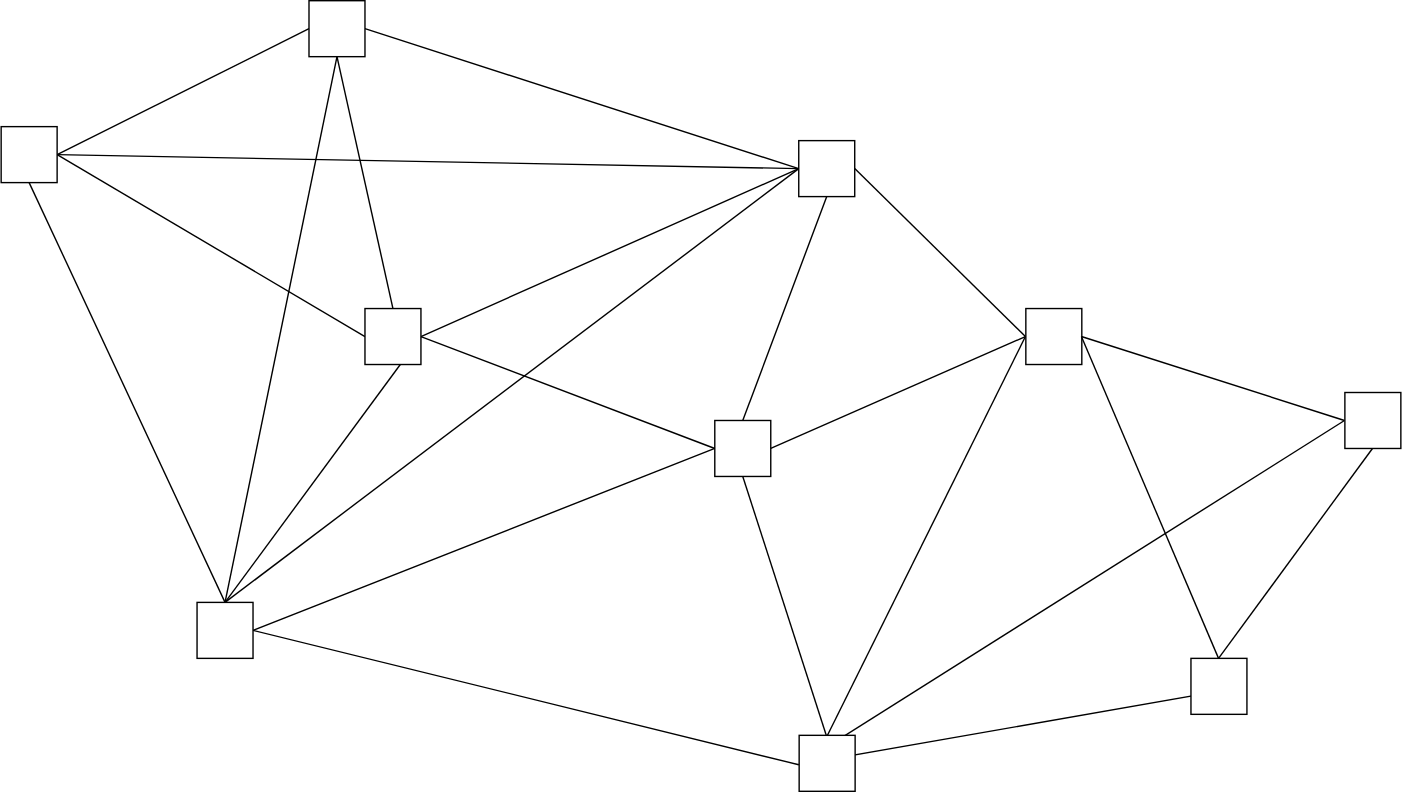
Before: IT/images/network_simpel_netvaerk.svg, a diagram exported from draw.io (thj01/thj01.github.io). Source tidied: cells renumbered, new cells last; positions are measured from the earlier drawing's top-left corner, leaving out a move shared by most shapes.
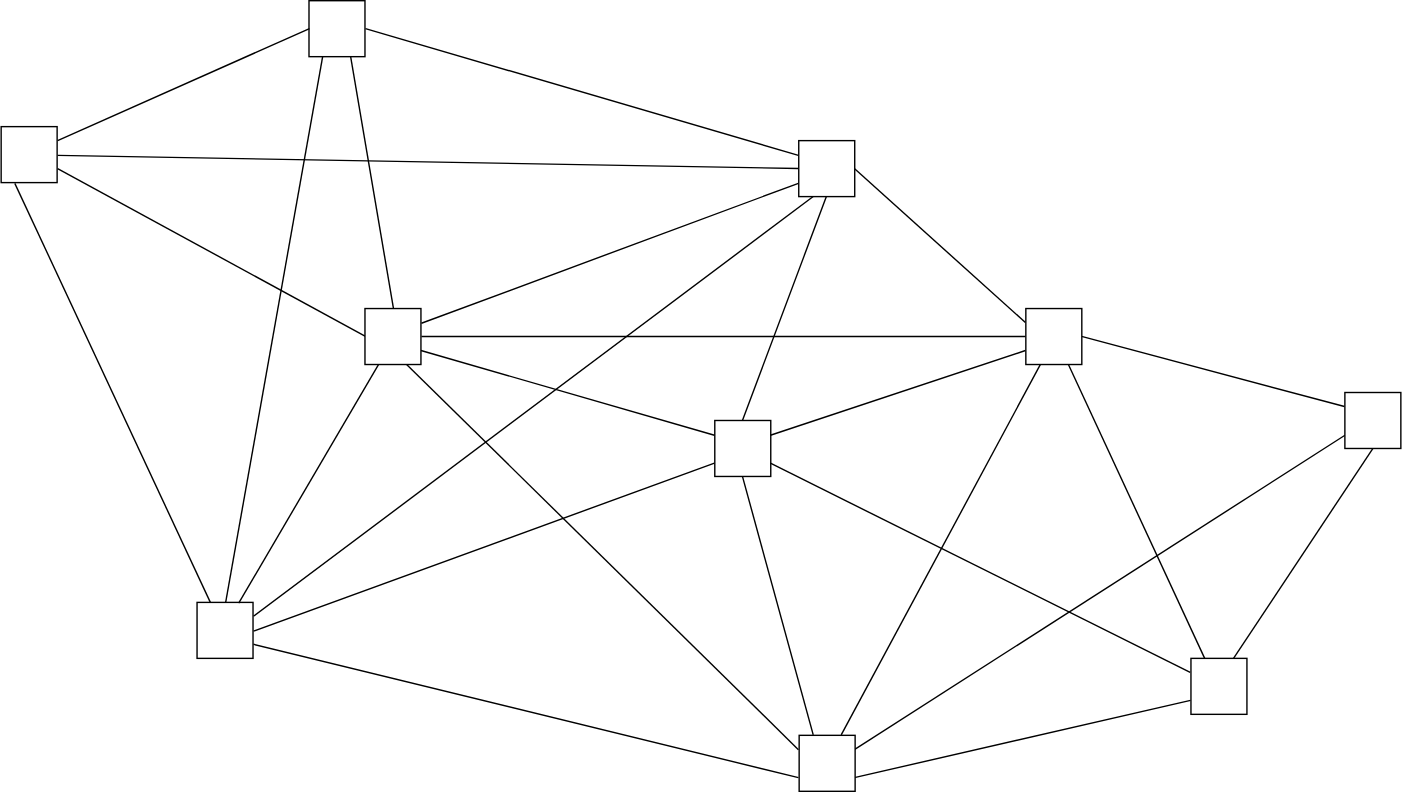
After the change.

What changed in the source:
```diff
@@ -2,63 +2,68 @@
   <root>
     <mxCell id="0" />
     <mxCell id="1" parent="0" />
-    <mxCell id="2" style="edgeStyle=none;rounded=0;html=1;exitX=0;exitY=0.5;entryX=1;entryY=0.5;endArrow=none;endFill=0;jettySize=auto;strokeColor=#000000;" parent="1" edge="1" source="4" target="15">
+    <mxCell id="2" style="edgeStyle=none;rounded=0;html=1;exitX=0;exitY=0.75;entryX=1;entryY=0.5;endArrow=none;endFill=0;jettySize=auto;strokeColor=#000000;" parent="1" edge="1" source="4" target="15">
       <mxGeometry relative="1" as="geometry" />
     </mxCell>
-    <mxCell id="3" style="edgeStyle=none;rounded=0;html=1;exitX=0.5;exitY=1;entryX=0.5;entryY=0;endArrow=none;endFill=0;jettySize=auto;strokeColor=#000000;" parent="1" edge="1" source="4" target="30">
+    <mxCell id="3" style="edgeStyle=none;rounded=0;html=1;exitX=0.5;exitY=1;entryX=0.25;entryY=0;endArrow=none;endFill=0;jettySize=auto;strokeColor=#000000;" parent="1" edge="1" source="4" target="30">
       <mxGeometry relative="1" as="geometry" />
     </mxCell>
     <mxCell id="4" style="whiteSpace=wrap;html=1;" parent="1" vertex="1">
       <mxGeometry x="510" y="300" width="40" height="40" as="geometry" />
     </mxCell>
-    <mxCell id="5" style="edgeStyle=none;rounded=0;html=1;exitX=0.5;exitY=1;endArrow=none;endFill=0;jettySize=auto;strokeColor=#000000;entryX=0.5;entryY=0;" parent="1" edge="1" source="8" target="19">
+    <mxCell id="5" style="edgeStyle=none;rounded=0;html=1;exitX=0.75;exitY=1;endArrow=none;endFill=0;jettySize=auto;strokeColor=#000000;entryX=0.5;entryY=0;" parent="1" edge="1" source="8" target="19">
       <mxGeometry relative="1" as="geometry" />
     </mxCell>
-    <mxCell id="6" style="edgeStyle=none;rounded=0;html=1;exitX=0.5;exitY=1;entryX=0.5;entryY=0;endArrow=none;endFill=0;jettySize=auto;strokeColor=#000000;" parent="1" edge="1" source="8" target="15">
+    <mxCell id="6" style="edgeStyle=none;rounded=0;html=1;exitX=0.25;exitY=1;entryX=0.5;entryY=0;endArrow=none;endFill=0;jettySize=auto;strokeColor=#000000;" parent="1" edge="1" source="8" target="15">
       <mxGeometry relative="1" as="geometry" />
     </mxCell>
-    <mxCell id="7" style="edgeStyle=none;rounded=0;html=1;exitX=1;exitY=0.5;entryX=0;entryY=0.5;endArrow=none;endFill=0;jettySize=auto;strokeColor=#000000;" parent="1" edge="1" source="8" target="13">
+    <mxCell id="7" style="edgeStyle=none;rounded=0;html=1;exitX=1;exitY=0.5;entryX=0;entryY=0.25;endArrow=none;endFill=0;jettySize=auto;strokeColor=#000000;" parent="1" edge="1" source="8" target="13">
       <mxGeometry relative="1" as="geometry" />
     </mxCell>
     <mxCell id="8" style="whiteSpace=wrap;html=1;" parent="1" vertex="1">
       <mxGeometry x="220" width="40" height="40" as="geometry" />
     </mxCell>
-    <mxCell id="9" style="edgeStyle=none;rounded=0;html=1;exitX=0;exitY=0.5;entryX=1;entryY=0.5;endArrow=none;endFill=0;jettySize=auto;strokeColor=#000000;" parent="1" edge="1" source="13" target="19">
+    <mxCell id="9" style="edgeStyle=none;rounded=0;html=1;exitX=0;exitY=0.75;entryX=1;entryY=0.25;endArrow=none;endFill=0;jettySize=auto;strokeColor=#000000;" parent="1" edge="1" source="13" target="19">
       <mxGeometry relative="1" as="geometry" />
     </mxCell>
-    <mxCell id="10" style="edgeStyle=none;rounded=0;html=1;exitX=0;exitY=0.5;entryX=0.5;entryY=0;endArrow=none;endFill=0;jettySize=auto;strokeColor=#000000;" parent="1" edge="1" source="13" target="15">
+    <mxCell id="10" style="edgeStyle=none;rounded=0;html=1;exitX=0.25;exitY=1;entryX=1;entryY=0.25;endArrow=none;endFill=0;jettySize=auto;strokeColor=#000000;" parent="1" edge="1" source="13" target="15">
       <mxGeometry relative="1" as="geometry" />
     </mxCell>
     <mxCell id="11" style="edgeStyle=none;rounded=0;html=1;exitX=0.5;exitY=1;entryX=0.5;entryY=0;endArrow=none;endFill=0;jettySize=auto;strokeColor=#000000;" parent="1" edge="1" source="13" target="4">
       <mxGeometry relative="1" as="geometry" />
     </mxCell>
-    <mxCell id="12" style="edgeStyle=none;rounded=0;html=1;exitX=1;exitY=0.5;endArrow=none;endFill=0;jettySize=auto;strokeColor=#000000;entryX=0;entryY=0.5;" parent="1" edge="1" source="13" target="32">
-      <mxGeometry relative="1" as="geometry" />
+    <mxCell id="12" style="edgeStyle=none;rounded=0;html=1;exitX=1;exitY=0.5;endArrow=none;endFill=0;jettySize=auto;strokeColor=#000000;" parent="1" edge="1" source="13">
+      <mxGeometry relative="1" as="geometry">
+        <mxPoint x="732" y="230" as="targetPoint" />
+      </mxGeometry>
     </mxCell>
     <mxCell id="13" style="whiteSpace=wrap;html=1;" parent="1" vertex="1">
       <mxGeometry x="570" y="100" width="40" height="40" as="geometry" />
     </mxCell>
-    <mxCell id="14" style="edgeStyle=none;rounded=0;html=1;exitX=0.5;exitY=0;entryX=0.5;entryY=1;endArrow=none;endFill=0;jettySize=auto;strokeColor=#000000;" parent="1" edge="1" source="15" target="22">
+    <mxCell id="14" style="edgeStyle=none;rounded=0;html=1;exitX=0.25;exitY=0;entryX=0.25;entryY=1;endArrow=none;endFill=0;jettySize=auto;strokeColor=#000000;" parent="1" edge="1" source="15" target="22">
       <mxGeometry relative="1" as="geometry" />
     </mxCell>
     <mxCell id="15" style="whiteSpace=wrap;html=1;" parent="1" vertex="1">
       <mxGeometry x="140" y="430" width="40" height="40" as="geometry" />
     </mxCell>
-    <mxCell id="16" style="edgeStyle=none;rounded=0;html=1;exitX=1;exitY=0.5;entryX=0.5;entryY=0;endArrow=none;endFill=0;jettySize=auto;strokeColor=#000000;" parent="1" edge="1" source="19" target="15">
+    <mxCell id="16" style="edgeStyle=none;rounded=0;html=1;exitX=0.25;exitY=1;entryX=0.75;entryY=0;endArrow=none;endFill=0;jettySize=auto;strokeColor=#000000;" parent="1" edge="1" source="19" target="15">
       <mxGeometry relative="1" as="geometry" />
     </mxCell>
-    <mxCell id="17" style="edgeStyle=none;rounded=0;html=1;exitX=0;exitY=0.5;endArrow=none;endFill=0;jettySize=auto;strokeColor=#000000;" parent="1" edge="1" source="19">
-      <mxGeometry relative="1" as="geometry">
-        <mxPoint x="40" y="110" as="targetPoint" />
-      </mxGeometry>
+    <mxCell id="17" style="edgeStyle=none;rounded=0;html=1;exitX=0;exitY=0.5;endArrow=none;endFill=0;jettySize=auto;strokeColor=#000000;entryX=1;entryY=0.75;" parent="1" edge="1" source="19" target="22">
+      <mxGeometry relative="1" as="geometry" />
     </mxCell>
-    <mxCell id="18" style="edgeStyle=none;rounded=0;html=1;exitX=1;exitY=0.5;entryX=0;entryY=0.5;endArrow=none;endFill=0;jettySize=auto;strokeColor=#000000;" parent="1" edge="1" source="19" target="4">
-      <mxGeometry relative="1" as="geometry" />
+    <mxCell id="18" style="edgeStyle=none;rounded=0;html=1;entryX=0;entryY=0.25;endArrow=none;endFill=0;jettySize=auto;strokeColor=#000000;" parent="1" edge="1" target="4">
+      <mxGeometry relative="1" as="geometry">
+        <mxPoint x="300" y="250" as="sourcePoint" />
+      </mxGeometry>
     </mxCell>
+    <mxCell id="35" style="edgeStyle=orthogonalEdgeStyle;rounded=0;html=1;exitX=1;exitY=0.5;entryX=0;entryY=0.5;startArrow=none;startFill=0;endArrow=none;endFill=0;jettySize=auto;fontSize=30;" parent="1" edge="1" source="19" target="32">
+      <mxGeometry relative="1" as="geometry" />
+    </mxCell>
     <mxCell id="19" style="whiteSpace=wrap;html=1;" parent="1" vertex="1">
       <mxGeometry x="260" y="220" width="40" height="40" as="geometry" />
     </mxCell>
-    <mxCell id="20" style="edgeStyle=none;rounded=0;html=1;exitX=1;exitY=0.5;entryX=0;entryY=0.5;endArrow=none;endFill=0;jettySize=auto;strokeColor=#000000;" parent="1" edge="1" source="22" target="8">
+    <mxCell id="20" style="edgeStyle=none;rounded=0;html=1;exitX=1;exitY=0.25;entryX=0;entryY=0.5;endArrow=none;endFill=0;jettySize=auto;strokeColor=#000000;" parent="1" edge="1" source="22" target="8">
       <mxGeometry relative="1" as="geometry" />
     </mxCell>
     <mxCell id="21" style="edgeStyle=none;rounded=0;html=1;exitX=1;exitY=0.5;entryX=0;entryY=0.5;endArrow=none;endFill=0;jettySize=auto;strokeColor=#000000;" parent="1" edge="1" source="22" target="13">
@@ -67,41 +72,53 @@
     <mxCell id="22" style="whiteSpace=wrap;html=1;" parent="1" vertex="1">
       <mxGeometry y="90" width="40" height="40" as="geometry" />
     </mxCell>
-    <mxCell id="23" style="edgeStyle=none;rounded=0;html=1;exitX=0.5;exitY=1;endArrow=none;endFill=0;jettySize=auto;strokeColor=#000000;entryX=0.5;entryY=0;" parent="1" edge="1" source="26" target="34">
+    <mxCell id="23" style="edgeStyle=none;rounded=0;html=1;exitX=0.5;exitY=1;endArrow=none;endFill=0;jettySize=auto;strokeColor=#000000;entryX=0.75;entryY=0;" parent="1" edge="1" source="26" target="34">
       <mxGeometry relative="1" as="geometry" />
     </mxCell>
-    <mxCell id="24" style="edgeStyle=none;rounded=0;html=1;exitX=0;exitY=0.5;entryX=1;entryY=0.5;endArrow=none;endFill=0;jettySize=auto;strokeColor=#000000;" parent="1" edge="1" source="26" target="32">
-      <mxGeometry relative="1" as="geometry" />
+    <mxCell id="24" style="edgeStyle=none;rounded=0;html=1;entryX=1;entryY=0.5;endArrow=none;endFill=0;jettySize=auto;strokeColor=#000000;" parent="1" edge="1" target="32">
+      <mxGeometry relative="1" as="geometry">
+        <mxPoint x="960" y="290" as="sourcePoint" />
+      </mxGeometry>
     </mxCell>
-    <mxCell id="25" style="edgeStyle=none;rounded=0;html=1;exitX=0;exitY=0.5;entryX=0;entryY=0.5;endArrow=none;endFill=0;jettySize=auto;strokeColor=#000000;" parent="1" edge="1" source="26" target="30">
+    <mxCell id="25" style="edgeStyle=none;rounded=0;html=1;exitX=0;exitY=0.75;entryX=1;entryY=0.25;endArrow=none;endFill=0;jettySize=auto;strokeColor=#000000;" parent="1" edge="1" source="26" target="30">
       <mxGeometry relative="1" as="geometry" />
     </mxCell>
     <mxCell id="26" style="whiteSpace=wrap;html=1;" parent="1" vertex="1">
       <mxGeometry x="960.3" y="280" width="40" height="40" as="geometry" />
     </mxCell>
-    <mxCell id="27" style="edgeStyle=none;rounded=0;html=1;exitX=0;exitY=0.5;entryX=1;entryY=0.5;endArrow=none;endFill=0;jettySize=auto;strokeColor=#000000;" parent="1" edge="1" source="30" target="34">
-      <mxGeometry relative="1" as="geometry" />
+    <mxCell id="27" style="edgeStyle=none;rounded=0;html=1;exitX=1;exitY=0.75;endArrow=none;endFill=0;jettySize=auto;strokeColor=#000000;" parent="1" edge="1" source="30">
+      <mxGeometry relative="1" as="geometry">
+        <mxPoint x="850" y="500" as="targetPoint" />
+      </mxGeometry>
     </mxCell>
-    <mxCell id="28" style="edgeStyle=none;rounded=0;html=1;exitX=0.5;exitY=0;entryX=0;entryY=0.5;endArrow=none;endFill=0;jettySize=auto;strokeColor=#000000;" parent="1" edge="1" source="30" target="32">
+    <mxCell id="28" style="edgeStyle=none;rounded=0;html=1;exitX=0.75;exitY=0;entryX=0.25;entryY=1;endArrow=none;endFill=0;jettySize=auto;strokeColor=#000000;" parent="1" edge="1" source="30" target="32">
       <mxGeometry relative="1" as="geometry" />
     </mxCell>
-    <mxCell id="29" style="edgeStyle=none;rounded=0;html=1;exitX=0;exitY=0.5;entryX=1;entryY=0.5;endArrow=none;endFill=0;jettySize=auto;strokeColor=#000000;" parent="1" edge="1" source="30" target="15">
+    <mxCell id="29" style="edgeStyle=none;rounded=0;html=1;entryX=1;entryY=0.75;endArrow=none;endFill=0;jettySize=auto;strokeColor=#000000;exitX=0;exitY=0.75;" parent="1" edge="1" source="30" target="15">
       <mxGeometry relative="1" as="geometry" />
     </mxCell>
     <mxCell id="30" style="whiteSpace=wrap;html=1;" parent="1" vertex="1">
       <mxGeometry x="570.3" y="525" width="40" height="40" as="geometry" />
     </mxCell>
-    <mxCell id="31" style="edgeStyle=none;rounded=0;html=1;exitX=0;exitY=0.5;entryX=1;entryY=0.5;endArrow=none;endFill=0;jettySize=auto;strokeColor=#000000;" parent="1" edge="1" source="32" target="4">
-      <mxGeometry relative="1" as="geometry" />
+    <mxCell id="31" style="edgeStyle=none;rounded=0;html=1;entryX=1;entryY=0.25;endArrow=none;endFill=0;jettySize=auto;strokeColor=#000000;" parent="1" edge="1" target="4">
+      <mxGeometry relative="1" as="geometry">
+        <mxPoint x="732" y="250" as="sourcePoint" />
+      </mxGeometry>
     </mxCell>
     <mxCell id="32" style="whiteSpace=wrap;html=1;" parent="1" vertex="1">
       <mxGeometry x="732.3" y="220" width="40" height="40" as="geometry" />
     </mxCell>
-    <mxCell id="33" style="edgeStyle=none;rounded=0;html=1;exitX=0.5;exitY=0;endArrow=none;endFill=0;jettySize=auto;strokeColor=#000000;entryX=1;entryY=0.5;" parent="1" edge="1" source="34" target="32">
+    <mxCell id="33" style="edgeStyle=none;rounded=0;html=1;exitX=0.25;exitY=0;endArrow=none;endFill=0;jettySize=auto;strokeColor=#000000;entryX=0.75;entryY=1;" parent="1" edge="1" source="34" target="32">
       <mxGeometry relative="1" as="geometry" />
     </mxCell>
     <mxCell id="34" style="whiteSpace=wrap;html=1;" parent="1" vertex="1">
       <mxGeometry x="850.3" y="470" width="40" height="40" as="geometry" />
     </mxCell>
+    <mxCell id="36" style="endArrow=none;html=1;fontSize=30;entryX=0.75;entryY=1;exitX=0;exitY=0.25;" parent="1" edge="1" source="30" target="19">
+      <mxGeometry relative="1" as="geometry" />
+    </mxCell>
+    <mxCell id="37" style="endArrow=none;html=1;fontSize=30;entryX=0;entryY=0.25;exitX=1;exitY=0.75;" parent="1" edge="1" source="4" target="34">
+      <mxGeometry relative="1" as="geometry" />
+    </mxCell>
   </root>
 </mxGraphModel>
```
